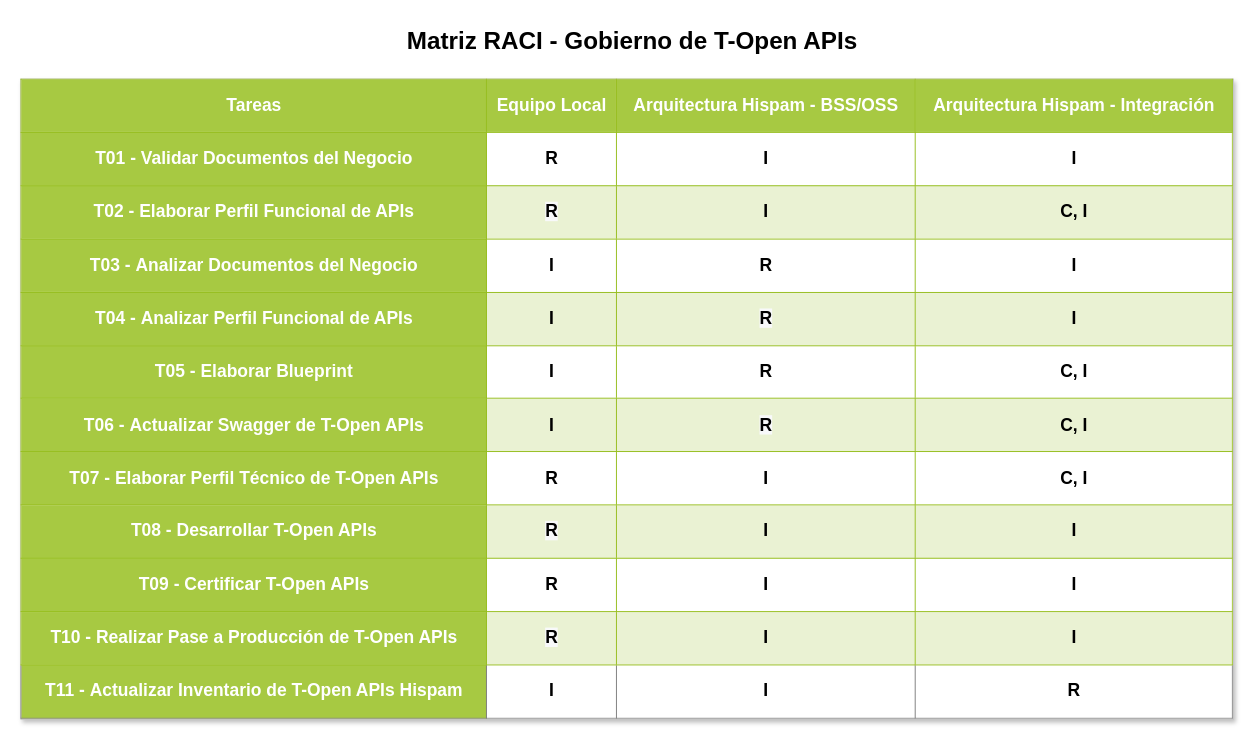
Earlier version of the draw.io diagram page "Matriz RACI" (2 of 2) of Gobierno de T-Open APIs v1.0.drawio (mnunezw/Gobierno-de-APIs). Source tidied: cells renumbered, new cells numbered last; positions are measured from the earlier drawing's top-left corner, leaving out a move shared by most shapes. Both pictures are drawn from the tidied source at 97%, with x=0, y=0 at pixel (20, 20).
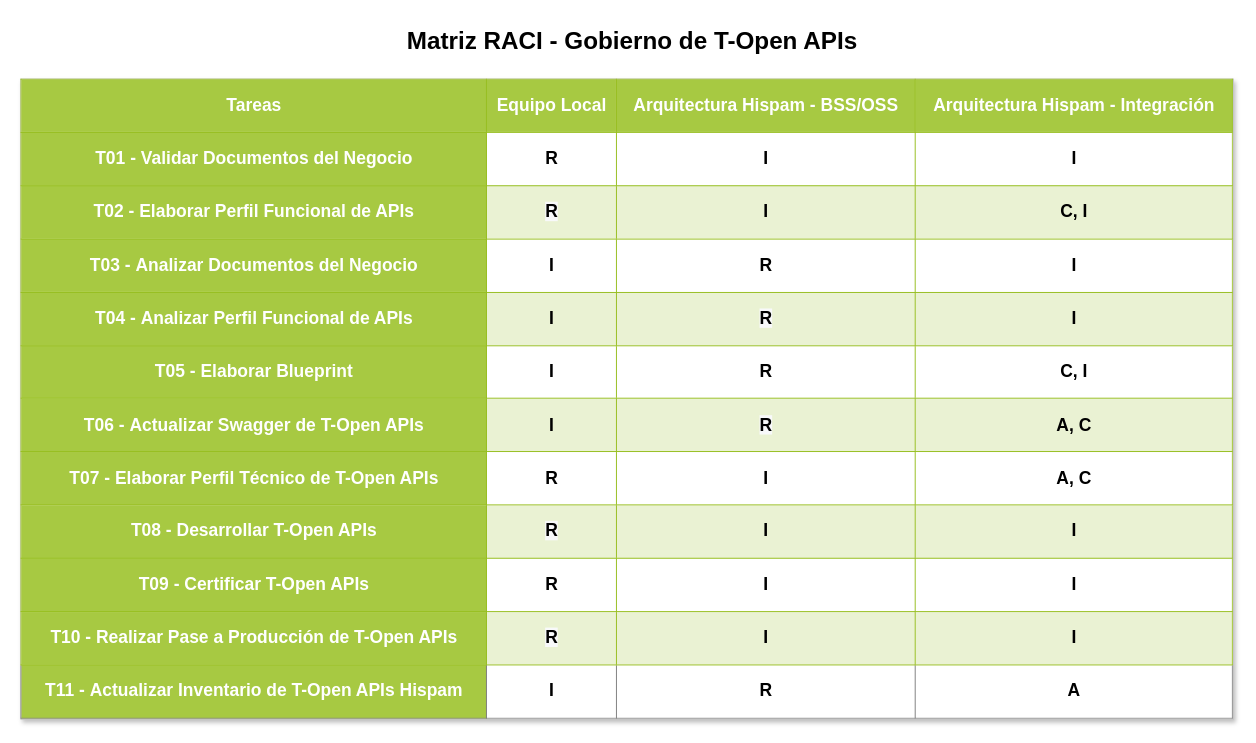
The same page after the edit.

What changed in the source:
```diff
@@
 <mxGraphModel>
   <root>
     <mxCell id="0" />
     <mxCell id="1" parent="0" />
-    <mxCell id="2" value="&lt;table border=&quot;1&quot; width=&quot;100%&quot; cellpadding=&quot;4&quot; style=&quot;width: 100% ; height: 100% ; border-collapse: collapse ; font-size: 18px&quot;&gt;&lt;tbody style=&quot;font-size: 18px&quot;&gt;&lt;tr style=&quot;background-color: rgb(167 , 201 , 66) ; color: rgb(255 , 255 , 255) ; border: 1px solid rgb(152 , 191 , 33) ; font-size: 18px&quot;&gt;&lt;th style=&quot;font-size: 18px&quot;&gt;Tareas&lt;/th&gt;&lt;th style=&quot;font-size: 18px&quot;&gt;Equipo Local&lt;/th&gt;&lt;th&gt;Arquitectura Hispam - BSS/OSS&lt;/th&gt;&lt;th&gt;Arquitectura Hispam - Integración&lt;/th&gt;&lt;/tr&gt;&lt;tr style=&quot;border: 1px solid rgb(152 , 191 , 33) ; font-size: 18px&quot;&gt;&lt;td style=&quot;background-color: rgb(167 , 201 , 66) ; border: 1px solid rgb(152 , 191 , 33)&quot;&gt;&lt;font color=&quot;#ffffff&quot;&gt;&lt;b&gt;T01 - Validar Documentos del Negocio&lt;/b&gt;&lt;/font&gt;&lt;/td&gt;&lt;td style=&quot;font-size: 18px&quot;&gt;&lt;b&gt;R&lt;/b&gt;&lt;/td&gt;&lt;td style=&quot;font-size: 18px&quot;&gt;&lt;b&gt;I&lt;/b&gt;&lt;/td&gt;&lt;td style=&quot;font-size: 18px&quot;&gt;&lt;b&gt;I&lt;/b&gt;&lt;/td&gt;&lt;/tr&gt;&lt;tr style=&quot;background-color: rgb(234 , 242 , 211) ; border: 1px solid rgb(152 , 191 , 33) ; font-size: 18px&quot;&gt;&lt;td style=&quot;background-color: rgb(167 , 201 , 66) ; border: 1px solid rgb(152 , 191 , 33)&quot;&gt;&lt;b style=&quot;color: rgb(255 , 255 , 255)&quot;&gt;T02 -&amp;nbsp;&lt;/b&gt;&lt;b&gt;&lt;font color=&quot;#ffffff&quot;&gt;Elaborar Perfil Funcional de APIs&lt;/font&gt;&lt;br&gt;&lt;/b&gt;&lt;/td&gt;&lt;td style=&quot;font-size: 18px&quot;&gt;&lt;span style=&quot;background-color: rgb(248 , 249 , 250)&quot;&gt;&lt;b&gt;R&lt;/b&gt;&lt;/span&gt;&lt;/td&gt;&lt;td style=&quot;font-size: 18px&quot;&gt;&lt;b&gt;I&lt;/b&gt;&lt;/td&gt;&lt;td style=&quot;font-size: 18px&quot;&gt;&lt;b&gt;C, I&lt;/b&gt;&lt;/td&gt;&lt;/tr&gt;&lt;tr style=&quot;border: 1px solid rgb(152 , 191 , 33) ; font-size: 18px&quot;&gt;&lt;td style=&quot;background-color: rgb(167 , 201 , 66) ; border: 1px solid rgb(152 , 191 , 33)&quot;&gt;&lt;b style=&quot;color: rgb(255 , 255 , 255)&quot;&gt;T03 -&amp;nbsp;&lt;/b&gt;&lt;b&gt;&lt;font color=&quot;#ffffff&quot;&gt;Analizar Documentos del Negocio&lt;/font&gt;&lt;br&gt;&lt;/b&gt;&lt;/td&gt;&lt;td style=&quot;font-size: 18px&quot;&gt;&lt;b&gt;I&lt;/b&gt;&lt;/td&gt;&lt;td style=&quot;font-size: 18px&quot;&gt;&lt;b&gt;R&lt;/b&gt;&lt;/td&gt;&lt;td style=&quot;font-size: 18px&quot;&gt;&lt;b&gt;I&lt;/b&gt;&lt;/td&gt;&lt;/tr&gt;&lt;tr style=&quot;background-color: rgb(234 , 242 , 211) ; border: 1px solid rgb(152 , 191 , 33) ; font-size: 18px&quot;&gt;&lt;td style=&quot;background-color: rgb(167 , 201 , 66) ; border: 1px solid rgb(152 , 191 , 33)&quot;&gt;&lt;b style=&quot;color: rgb(255 , 255 , 255)&quot;&gt;T04 -&amp;nbsp;&lt;/b&gt;&lt;b&gt;&lt;font color=&quot;#ffffff&quot;&gt;Analizar Perfil Funcional de APIs&lt;/font&gt;&lt;br&gt;&lt;/b&gt;&lt;/td&gt;&lt;td style=&quot;font-size: 18px&quot;&gt;&lt;b&gt;I&lt;/b&gt;&lt;/td&gt;&lt;td style=&quot;font-size: 18px&quot;&gt;&lt;span style=&quot;background-color: rgb(248 , 249 , 250)&quot;&gt;&lt;b&gt;R&lt;/b&gt;&lt;/span&gt;&lt;/td&gt;&lt;td style=&quot;font-size: 18px&quot;&gt;&lt;b&gt;I&lt;/b&gt;&lt;/td&gt;&lt;/tr&gt;&lt;tr style=&quot;border: 1px solid rgb(152 , 191 , 33) ; font-size: 18px&quot;&gt;&lt;td style=&quot;background-color: rgb(167 , 201 , 66) ; border: 1px solid rgb(152 , 191 , 33)&quot;&gt;&lt;b style=&quot;color: rgb(255 , 255 , 255)&quot;&gt;T05 -&amp;nbsp;&lt;/b&gt;&lt;font color=&quot;#ffffff&quot;&gt;&lt;b&gt;Elaborar Blueprint&lt;/b&gt;&lt;/font&gt;&lt;/td&gt;&lt;td style=&quot;font-size: 18px&quot;&gt;&lt;b&gt;I&lt;/b&gt;&lt;/td&gt;&lt;td style=&quot;font-size: 18px&quot;&gt;&lt;b&gt;R&lt;br style=&quot;font-size: 18px&quot;&gt;&lt;/b&gt;&lt;/td&gt;&lt;td style=&quot;font-size: 18px&quot;&gt;&lt;b&gt;C, I&lt;/b&gt;&lt;/td&gt;&lt;/tr&gt;&lt;tr style=&quot;background-color: rgb(234 , 242 , 211) ; border: 1px solid rgb(152 , 191 , 33) ; font-size: 18px&quot;&gt;&lt;td style=&quot;background-color: rgb(167 , 201 , 66) ; border: 1px solid rgb(152 , 191 , 33)&quot;&gt;&lt;b style=&quot;color: rgb(255 , 255 , 255)&quot;&gt;T06 -&amp;nbsp;&lt;/b&gt;&lt;font color=&quot;#ffffff&quot;&gt;&lt;b&gt;Actualizar Swagger de T-Open APIs&lt;/b&gt;&lt;/font&gt;&lt;/td&gt;&lt;td style=&quot;font-size: 18px&quot;&gt;&lt;b&gt;I&lt;/b&gt;&lt;/td&gt;&lt;td style=&quot;font-size: 18px&quot;&gt;&lt;b&gt;&lt;span style=&quot;background-color: rgb(248 , 249 , 250)&quot;&gt;R&lt;/span&gt;&lt;br style=&quot;font-size: 18px&quot;&gt;&lt;/b&gt;&lt;/td&gt;&lt;td style=&quot;font-size: 18px&quot;&gt;&lt;b&gt;C, I&lt;/b&gt;&lt;/td&gt;&lt;/tr&gt;&lt;tr style=&quot;border: 1px solid rgb(152 , 191 , 33) ; font-size: 18px&quot;&gt;&lt;td style=&quot;background-color: rgb(167 , 201 , 66) ; border: 1px solid rgb(152 , 191 , 33)&quot;&gt;&lt;b style=&quot;color: rgb(255 , 255 , 255)&quot;&gt;T07 -&amp;nbsp;&lt;/b&gt;&lt;font color=&quot;#ffffff&quot;&gt;&lt;b&gt;Elaborar Perfil Técnico de T-Open APIs&lt;/b&gt;&lt;/font&gt;&lt;/td&gt;&lt;td style=&quot;font-size: 18px&quot;&gt;&lt;b&gt;R&lt;br style=&quot;font-size: 18px&quot;&gt;&lt;/b&gt;&lt;/td&gt;&lt;td style=&quot;font-size: 18px&quot;&gt;&lt;b&gt;I&lt;/b&gt;&lt;/td&gt;&lt;td style=&quot;font-size: 18px&quot;&gt;&lt;b&gt;C, I&lt;/b&gt;&lt;/td&gt;&lt;/tr&gt;&lt;tr style=&quot;background-color: rgb(234 , 242 , 211) ; border: 1px solid rgb(152 , 191 , 33) ; font-size: 18px&quot;&gt;&lt;td style=&quot;background-color: rgb(167 , 201 , 66) ; border: 1px solid rgb(152 , 191 , 33)&quot;&gt;&lt;b style=&quot;color: rgb(255 , 255 , 255)&quot;&gt;T08 -&amp;nbsp;&lt;/b&gt;&lt;font color=&quot;#ffffff&quot;&gt;&lt;b&gt;Desarrollar T-Open APIs&lt;/b&gt;&lt;/font&gt;&lt;/td&gt;&lt;td style=&quot;font-size: 18px&quot;&gt;&lt;b&gt;&lt;span style=&quot;background-color: rgb(248 , 249 , 250)&quot;&gt;R&lt;/span&gt;&lt;br style=&quot;font-size: 18px&quot;&gt;&lt;/b&gt;&lt;/td&gt;&lt;td style=&quot;font-size: 18px&quot;&gt;&lt;b&gt;I&lt;/b&gt;&lt;/td&gt;&lt;td style=&quot;font-size: 18px&quot;&gt;&lt;b&gt;I&lt;/b&gt;&lt;/td&gt;&lt;/tr&gt;&lt;tr style=&quot;border: 1px solid rgb(152 , 191 , 33) ; font-size: 18px&quot;&gt;&lt;td style=&quot;background-color: rgb(167 , 201 , 66) ; border: 1px solid rgb(152 , 191 , 33)&quot;&gt;&lt;b style=&quot;color: rgb(255 , 255 , 255)&quot;&gt;T09 -&amp;nbsp;&lt;/b&gt;&lt;font color=&quot;#ffffff&quot;&gt;&lt;b&gt;Certificar T-Open APIs&lt;/b&gt;&lt;/font&gt;&lt;/td&gt;&lt;td style=&quot;font-size: 18px&quot;&gt;&lt;b&gt;R&lt;br style=&quot;font-size: 18px&quot;&gt;&lt;/b&gt;&lt;/td&gt;&lt;td style=&quot;font-size: 18px&quot;&gt;&lt;b&gt;I&lt;/b&gt;&lt;/td&gt;&lt;td style=&quot;font-size: 18px&quot;&gt;&lt;b&gt;I&lt;/b&gt;&lt;/td&gt;&lt;/tr&gt;&lt;tr style=&quot;background-color: rgb(234 , 242 , 211) ; border: 1px solid rgb(152 , 191 , 33) ; font-size: 18px&quot;&gt;&lt;td style=&quot;background-color: rgb(167 , 201 , 66) ; border: 1px solid rgb(152 , 191 , 33)&quot;&gt;&lt;b style=&quot;color: rgb(255 , 255 , 255)&quot;&gt;T10 -&amp;nbsp;&lt;/b&gt;&lt;font color=&quot;#ffffff&quot;&gt;&lt;b&gt;Realizar Pase a Producción de T-Open APIs&lt;/b&gt;&lt;/font&gt;&lt;/td&gt;&lt;td style=&quot;font-size: 18px&quot;&gt;&lt;b&gt;&lt;span style=&quot;background-color: rgb(248 , 249 , 250)&quot;&gt;R&lt;/span&gt;&lt;br style=&quot;font-size: 18px&quot;&gt;&lt;/b&gt;&lt;/td&gt;&lt;td style=&quot;font-size: 18px&quot;&gt;&lt;b&gt;I&lt;/b&gt;&lt;/td&gt;&lt;td style=&quot;font-size: 18px&quot;&gt;&lt;b&gt;I&lt;/b&gt;&lt;/td&gt;&lt;/tr&gt;&lt;tr&gt;&lt;td style=&quot;background-color: rgb(167 , 201 , 66)&quot;&gt;&lt;b style=&quot;color: rgb(255 , 255 , 255)&quot;&gt;T11 -&amp;nbsp;&lt;/b&gt;&lt;font color=&quot;#ffffff&quot;&gt;&lt;b&gt;Actualizar Inventario de T-Open APIs Hispam&lt;/b&gt;&lt;/font&gt;&lt;/td&gt;&lt;td&gt;&lt;b&gt;I&lt;/b&gt;&lt;/td&gt;&lt;td&gt;&lt;b&gt;I&lt;/b&gt;&lt;/td&gt;&lt;td&gt;&lt;b&gt;R&lt;/b&gt;&lt;br&gt;&lt;/td&gt;&lt;/tr&gt;&lt;/tbody&gt;&lt;/table&gt;" style="text;html=1;strokeColor=#c0c0c0;fillColor=#ffffff;overflow=fill;rounded=0;shadow=1;fontSize=18;fontColor=#000000;align=center;" parent="1" vertex="1">
+    <mxCell id="2" value="&lt;table border=&quot;1&quot; width=&quot;100%&quot; cellpadding=&quot;4&quot; style=&quot;width: 100% ; height: 100% ; border-collapse: collapse ; font-size: 18px&quot;&gt;&lt;tbody style=&quot;font-size: 18px&quot;&gt;&lt;tr style=&quot;background-color: rgb(167 , 201 , 66) ; color: rgb(255 , 255 , 255) ; border: 1px solid rgb(152 , 191 , 33) ; font-size: 18px&quot;&gt;&lt;th style=&quot;font-size: 18px&quot;&gt;Tareas&lt;/th&gt;&lt;th style=&quot;font-size: 18px&quot;&gt;Equipo Local&lt;/th&gt;&lt;th&gt;Arquitectura Hispam - BSS/OSS&lt;/th&gt;&lt;th&gt;Arquitectura Hispam - Integración&lt;/th&gt;&lt;/tr&gt;&lt;tr style=&quot;border: 1px solid rgb(152 , 191 , 33) ; font-size: 18px&quot;&gt;&lt;td style=&quot;background-color: rgb(167 , 201 , 66) ; border: 1px solid rgb(152 , 191 , 33)&quot;&gt;&lt;font color=&quot;#ffffff&quot;&gt;&lt;b&gt;T01 - Validar Documentos del Negocio&lt;/b&gt;&lt;/font&gt;&lt;/td&gt;&lt;td style=&quot;font-size: 18px&quot;&gt;&lt;b&gt;R&lt;/b&gt;&lt;/td&gt;&lt;td style=&quot;font-size: 18px&quot;&gt;&lt;b&gt;I&lt;/b&gt;&lt;/td&gt;&lt;td style=&quot;font-size: 18px&quot;&gt;&lt;b&gt;I&lt;/b&gt;&lt;/td&gt;&lt;/tr&gt;&lt;tr style=&quot;background-color: rgb(234 , 242 , 211) ; border: 1px solid rgb(152 , 191 , 33) ; font-size: 18px&quot;&gt;&lt;td style=&quot;background-color: rgb(167 , 201 , 66) ; border: 1px solid rgb(152 , 191 , 33)&quot;&gt;&lt;b style=&quot;color: rgb(255 , 255 , 255)&quot;&gt;T02 -&amp;nbsp;&lt;/b&gt;&lt;b&gt;&lt;font color=&quot;#ffffff&quot;&gt;Elaborar Perfil Funcional de APIs&lt;/font&gt;&lt;br&gt;&lt;/b&gt;&lt;/td&gt;&lt;td style=&quot;font-size: 18px&quot;&gt;&lt;span style=&quot;background-color: rgb(248 , 249 , 250)&quot;&gt;&lt;b&gt;R&lt;/b&gt;&lt;/span&gt;&lt;/td&gt;&lt;td style=&quot;font-size: 18px&quot;&gt;&lt;b&gt;I&lt;/b&gt;&lt;/td&gt;&lt;td style=&quot;font-size: 18px&quot;&gt;&lt;b&gt;C, I&lt;/b&gt;&lt;/td&gt;&lt;/tr&gt;&lt;tr style=&quot;border: 1px solid rgb(152 , 191 , 33) ; font-size: 18px&quot;&gt;&lt;td style=&quot;background-color: rgb(167 , 201 , 66) ; border: 1px solid rgb(152 , 191 , 33)&quot;&gt;&lt;b style=&quot;color: rgb(255 , 255 , 255)&quot;&gt;T03 -&amp;nbsp;&lt;/b&gt;&lt;b&gt;&lt;font color=&quot;#ffffff&quot;&gt;Analizar Documentos del Negocio&lt;/font&gt;&lt;br&gt;&lt;/b&gt;&lt;/td&gt;&lt;td style=&quot;font-size: 18px&quot;&gt;&lt;b&gt;I&lt;/b&gt;&lt;/td&gt;&lt;td style=&quot;font-size: 18px&quot;&gt;&lt;b&gt;R&lt;/b&gt;&lt;/td&gt;&lt;td style=&quot;font-size: 18px&quot;&gt;&lt;b&gt;I&lt;/b&gt;&lt;/td&gt;&lt;/tr&gt;&lt;tr style=&quot;background-color: rgb(234 , 242 , 211) ; border: 1px solid rgb(152 , 191 , 33) ; font-size: 18px&quot;&gt;&lt;td style=&quot;background-color: rgb(167 , 201 , 66) ; border: 1px solid rgb(152 , 191 , 33)&quot;&gt;&lt;b style=&quot;color: rgb(255 , 255 , 255)&quot;&gt;T04 -&amp;nbsp;&lt;/b&gt;&lt;b&gt;&lt;font color=&quot;#ffffff&quot;&gt;Analizar Perfil Funcional de APIs&lt;/font&gt;&lt;br&gt;&lt;/b&gt;&lt;/td&gt;&lt;td style=&quot;font-size: 18px&quot;&gt;&lt;b&gt;I&lt;/b&gt;&lt;/td&gt;&lt;td style=&quot;font-size: 18px&quot;&gt;&lt;span style=&quot;background-color: rgb(248 , 249 , 250)&quot;&gt;&lt;b&gt;R&lt;/b&gt;&lt;/span&gt;&lt;/td&gt;&lt;td style=&quot;font-size: 18px&quot;&gt;&lt;b&gt;I&lt;/b&gt;&lt;/td&gt;&lt;/tr&gt;&lt;tr style=&quot;border: 1px solid rgb(152 , 191 , 33) ; font-size: 18px&quot;&gt;&lt;td style=&quot;background-color: rgb(167 , 201 , 66) ; border: 1px solid rgb(152 , 191 , 33)&quot;&gt;&lt;b style=&quot;color: rgb(255 , 255 , 255)&quot;&gt;T05 -&amp;nbsp;&lt;/b&gt;&lt;font color=&quot;#ffffff&quot;&gt;&lt;b&gt;Elaborar Blueprint&lt;/b&gt;&lt;/font&gt;&lt;/td&gt;&lt;td style=&quot;font-size: 18px&quot;&gt;&lt;b&gt;I&lt;/b&gt;&lt;/td&gt;&lt;td style=&quot;font-size: 18px&quot;&gt;&lt;b&gt;R&lt;br style=&quot;font-size: 18px&quot;&gt;&lt;/b&gt;&lt;/td&gt;&lt;td style=&quot;font-size: 18px&quot;&gt;&lt;b&gt;C, I&lt;/b&gt;&lt;/td&gt;&lt;/tr&gt;&lt;tr style=&quot;background-color: rgb(234 , 242 , 211) ; border: 1px solid rgb(152 , 191 , 33) ; font-size: 18px&quot;&gt;&lt;td style=&quot;background-color: rgb(167 , 201 , 66) ; border: 1px solid rgb(152 , 191 , 33)&quot;&gt;&lt;b style=&quot;color: rgb(255 , 255 , 255)&quot;&gt;T06 -&amp;nbsp;&lt;/b&gt;&lt;font color=&quot;#ffffff&quot;&gt;&lt;b&gt;Actualizar Swagger de T-Open APIs&lt;/b&gt;&lt;/font&gt;&lt;/td&gt;&lt;td style=&quot;font-size: 18px&quot;&gt;&lt;b&gt;I&lt;/b&gt;&lt;/td&gt;&lt;td style=&quot;font-size: 18px&quot;&gt;&lt;b&gt;&lt;span style=&quot;background-color: rgb(248 , 249 , 250)&quot;&gt;R&lt;/span&gt;&lt;br style=&quot;font-size: 18px&quot;&gt;&lt;/b&gt;&lt;/td&gt;&lt;td style=&quot;font-size: 18px&quot;&gt;&lt;b&gt;A, C&lt;/b&gt;&lt;/td&gt;&lt;/tr&gt;&lt;tr style=&quot;border: 1px solid rgb(152 , 191 , 33) ; font-size: 18px&quot;&gt;&lt;td style=&quot;background-color: rgb(167 , 201 , 66) ; border: 1px solid rgb(152 , 191 , 33)&quot;&gt;&lt;b style=&quot;color: rgb(255 , 255 , 255)&quot;&gt;T07 -&amp;nbsp;&lt;/b&gt;&lt;font color=&quot;#ffffff&quot;&gt;&lt;b&gt;Elaborar Perfil Técnico de T-Open APIs&lt;/b&gt;&lt;/font&gt;&lt;/td&gt;&lt;td style=&quot;font-size: 18px&quot;&gt;&lt;b&gt;R&lt;br style=&quot;font-size: 18px&quot;&gt;&lt;/b&gt;&lt;/td&gt;&lt;td style=&quot;font-size: 18px&quot;&gt;&lt;b&gt;I&lt;/b&gt;&lt;/td&gt;&lt;td style=&quot;font-size: 18px&quot;&gt;&lt;b&gt;A, C&lt;/b&gt;&lt;/td&gt;&lt;/tr&gt;&lt;tr style=&quot;background-color: rgb(234 , 242 , 211) ; border: 1px solid rgb(152 , 191 , 33) ; font-size: 18px&quot;&gt;&lt;td style=&quot;background-color: rgb(167 , 201 , 66) ; border: 1px solid rgb(152 , 191 , 33)&quot;&gt;&lt;b style=&quot;color: rgb(255 , 255 , 255)&quot;&gt;T08 -&amp;nbsp;&lt;/b&gt;&lt;font color=&quot;#ffffff&quot;&gt;&lt;b&gt;Desarrollar T-Open APIs&lt;/b&gt;&lt;/font&gt;&lt;/td&gt;&lt;td style=&quot;font-size: 18px&quot;&gt;&lt;b&gt;&lt;span style=&quot;background-color: rgb(248 , 249 , 250)&quot;&gt;R&lt;/span&gt;&lt;br style=&quot;font-size: 18px&quot;&gt;&lt;/b&gt;&lt;/td&gt;&lt;td style=&quot;font-size: 18px&quot;&gt;&lt;b&gt;I&lt;/b&gt;&lt;/td&gt;&lt;td style=&quot;font-size: 18px&quot;&gt;&lt;b&gt;I&lt;/b&gt;&lt;/td&gt;&lt;/tr&gt;&lt;tr style=&quot;border: 1px solid rgb(152 , 191 , 33) ; font-size: 18px&quot;&gt;&lt;td style=&quot;background-color: rgb(167 , 201 , 66) ; border: 1px solid rgb(152 , 191 , 33)&quot;&gt;&lt;b style=&quot;color: rgb(255 , 255 , 255)&quot;&gt;T09 -&amp;nbsp;&lt;/b&gt;&lt;font color=&quot;#ffffff&quot;&gt;&lt;b&gt;Certificar T-Open APIs&lt;/b&gt;&lt;/font&gt;&lt;/td&gt;&lt;td style=&quot;font-size: 18px&quot;&gt;&lt;b&gt;R&lt;br style=&quot;font-size: 18px&quot;&gt;&lt;/b&gt;&lt;/td&gt;&lt;td style=&quot;font-size: 18px&quot;&gt;&lt;b&gt;I&lt;/b&gt;&lt;/td&gt;&lt;td style=&quot;font-size: 18px&quot;&gt;&lt;b&gt;I&lt;/b&gt;&lt;/td&gt;&lt;/tr&gt;&lt;tr style=&quot;background-color: rgb(234 , 242 , 211) ; border: 1px solid rgb(152 , 191 , 33) ; font-size: 18px&quot;&gt;&lt;td style=&quot;background-color: rgb(167 , 201 , 66) ; border: 1px solid rgb(152 , 191 , 33)&quot;&gt;&lt;b style=&quot;color: rgb(255 , 255 , 255)&quot;&gt;T10 -&amp;nbsp;&lt;/b&gt;&lt;font color=&quot;#ffffff&quot;&gt;&lt;b&gt;Realizar Pase a Producción de T-Open APIs&lt;/b&gt;&lt;/font&gt;&lt;/td&gt;&lt;td style=&quot;font-size: 18px&quot;&gt;&lt;b&gt;&lt;span style=&quot;background-color: rgb(248 , 249 , 250)&quot;&gt;R&lt;/span&gt;&lt;br style=&quot;font-size: 18px&quot;&gt;&lt;/b&gt;&lt;/td&gt;&lt;td style=&quot;font-size: 18px&quot;&gt;&lt;b&gt;I&lt;/b&gt;&lt;/td&gt;&lt;td style=&quot;font-size: 18px&quot;&gt;&lt;b&gt;I&lt;/b&gt;&lt;/td&gt;&lt;/tr&gt;&lt;tr&gt;&lt;td style=&quot;background-color: rgb(167 , 201 , 66)&quot;&gt;&lt;b style=&quot;color: rgb(255 , 255 , 255)&quot;&gt;T11 -&amp;nbsp;&lt;/b&gt;&lt;font color=&quot;#ffffff&quot;&gt;&lt;b&gt;Actualizar Inventario de T-Open APIs Hispam&lt;/b&gt;&lt;/font&gt;&lt;/td&gt;&lt;td&gt;&lt;b&gt;I&lt;/b&gt;&lt;/td&gt;&lt;td&gt;&lt;b&gt;R&lt;/b&gt;&lt;/td&gt;&lt;td&gt;&lt;b&gt;A&lt;/b&gt;&lt;br&gt;&lt;/td&gt;&lt;/tr&gt;&lt;/tbody&gt;&lt;/table&gt;" style="text;html=1;strokeColor=#c0c0c0;fillColor=#ffffff;overflow=fill;rounded=0;shadow=1;fontSize=18;fontColor=#000000;align=center;" parent="1" vertex="1">
       <mxGeometry y="60" width="1250" height="660" as="geometry" />
     </mxCell>
     <mxCell id="3" value="Matriz RACI - Gobierno de T-Open APIs" style="text;strokeColor=none;fillColor=none;html=1;fontSize=25;fontStyle=1;verticalAlign=middle;align=center;rounded=0;shadow=1;" parent="1" vertex="1">
       <mxGeometry x="400" width="460" height="40" as="geometry" />
     </mxCell>
   </root>
 </mxGraphModel>
```
